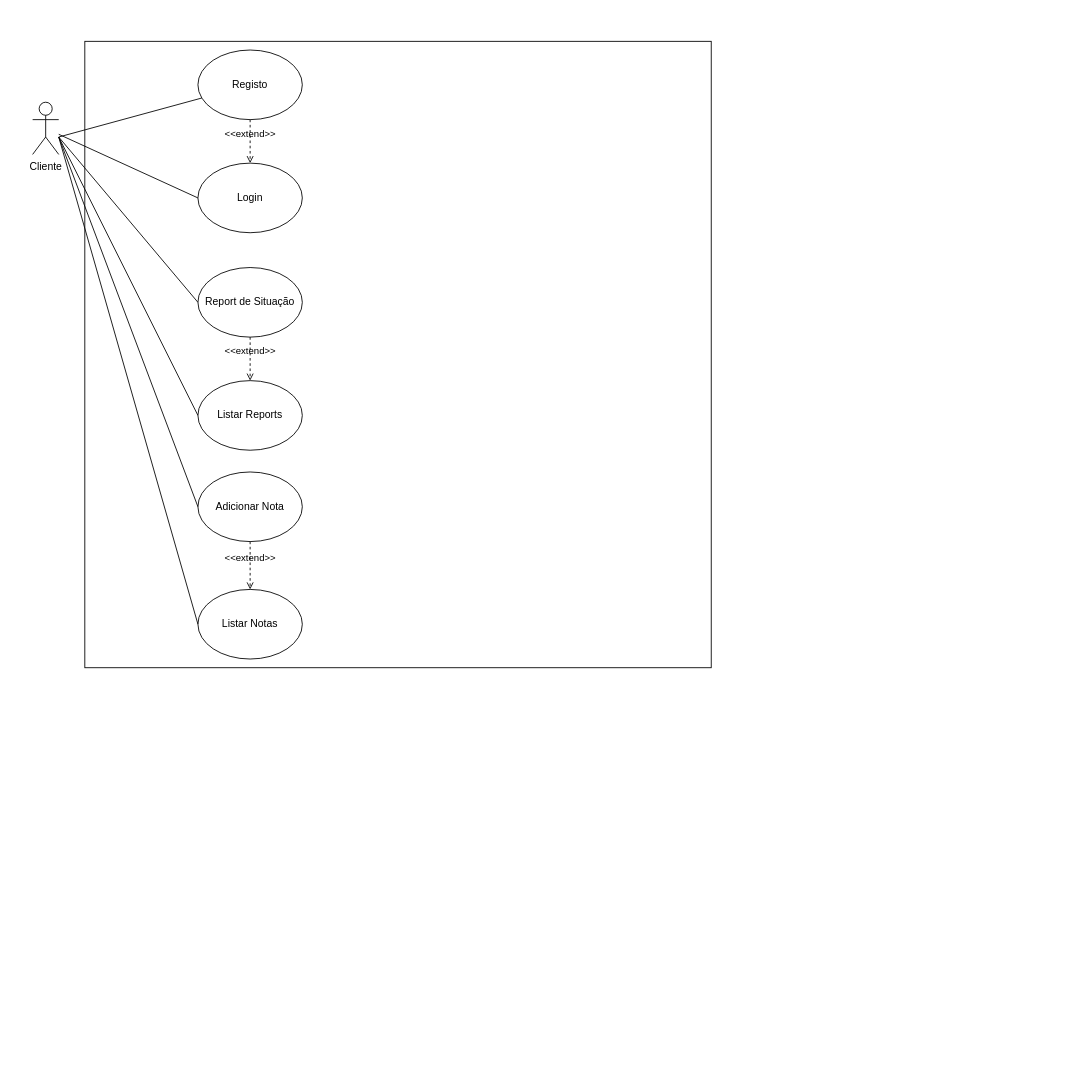
The draw.io diagram MT1 - 1_trabalho_objetivos/Use_cases _MT1.drawio in BA20/CM-21, before the edit. Source tidied: cells renumbered, new cells numbered last; positions are measured from the earlier drawing's top-left corner, leaving out a move shared by most shapes. Both pictures are drawn from the tidied source at 87%, with x=0, y=0 at pixel (32, 41).
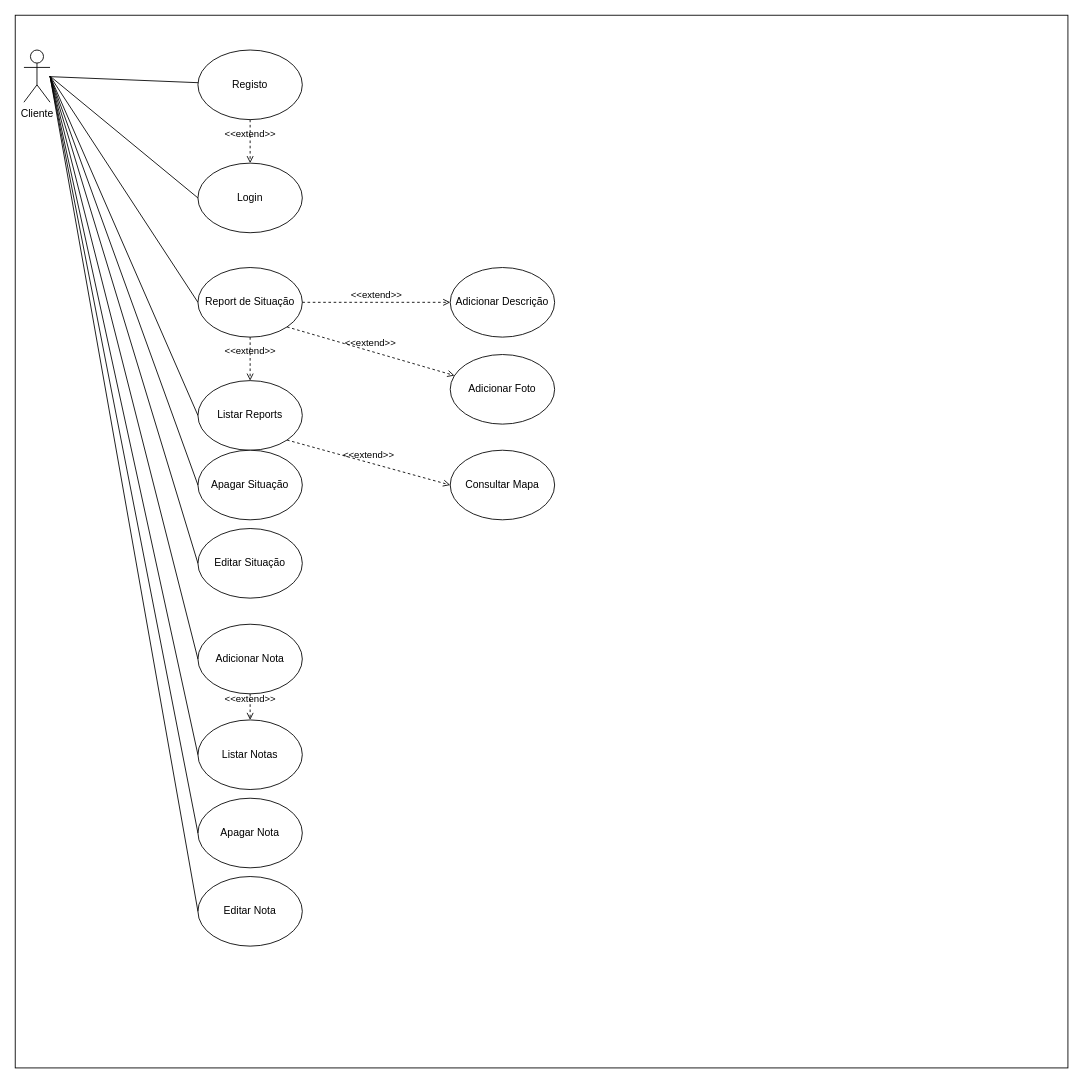
Above is the later version.

The change refers to these unchanged cells:
```xml
<mxCell id="4" value="Registo" style="ellipse;whiteSpace=wrap;html=1;" parent="1" vertex="1">
  <mxGeometry x="190" y="10" width="120" height="80" as="geometry" />
</mxCell>
<mxCell id="5" value="Login" style="ellipse;whiteSpace=wrap;html=1;" parent="1" vertex="1">
  <mxGeometry x="190" y="140" width="120" height="80" as="geometry" />
</mxCell>
<mxCell id="6" value="Report de Situação" style="ellipse;whiteSpace=wrap;html=1;" parent="1" vertex="1">
  <mxGeometry x="190" y="260" width="120" height="80" as="geometry" />
</mxCell>
<mxCell id="7" value="Listar Reports" style="ellipse;whiteSpace=wrap;html=1;" parent="1" vertex="1">
  <mxGeometry x="190" y="390" width="120" height="80" as="geometry" />
</mxCell>
```

The edit, as a diff of the source:
```diff
@@
-    <mxCell id="2" value="Cliente&lt;br&gt;" style="shape=umlActor;verticalLabelPosition=bottom;verticalAlign=top;html=1;outlineConnect=0;" parent="1" vertex="1">
-      <mxGeometry y="70" width="30" height="60" as="geometry" />
-    </mxCell>
+    <mxCell id="19" style="rounded=0;whiteSpace=wrap;html=1;" parent="1" vertex="1">
+      <mxGeometry x="20" y="-20" width="680" height="1170" as="geometry" />
+    </mxCell>
+    <mxCell id="20" style="rounded=0;whiteSpace=wrap;html=1;" parent="1" vertex="1">
+      <mxGeometry x="30" y="-20" width="120" height="60" as="geometry" />
+    </mxCell>
     <mxCell id="3" style="whiteSpace=wrap;html=1;" parent="1" vertex="1">
-      <mxGeometry x="60" width="720" height="720" as="geometry" />
+      <mxGeometry x="-20" y="-30" width="1210" height="1210" as="geometry" />
     </mxCell>
@@
     <mxCell id="8" value="Adicionar Nota" style="ellipse;whiteSpace=wrap;html=1;" parent="1" vertex="1">
-      <mxGeometry x="190" y="495" width="120" height="80" as="geometry" />
+      <mxGeometry x="190" y="670" width="120" height="80" as="geometry" />
     </mxCell>
     <mxCell id="9" value="Listar Notas" style="ellipse;whiteSpace=wrap;html=1;" parent="1" vertex="1">
-      <mxGeometry x="190" y="630" width="120" height="80" as="geometry" />
+      <mxGeometry x="190" y="780" width="120" height="80" as="geometry" />
     </mxCell>
-    <mxCell id="10" style="endArrow=none;html=1;" parent="1" edge="1" target="4">
-      <mxGeometry relative="1" as="geometry">
-        <mxPoint x="30" y="110" as="sourcePoint" />
-      </mxGeometry>
+    <mxCell id="10" style="endArrow=none;html=1;" parent="1" edge="1" source="2" target="4">
+      <mxGeometry relative="1" as="geometry" />
     </mxCell>
-    <mxCell id="11" style="endArrow=none;html=1;exitX=0;exitY=0.5;exitDx=0;exitDy=0;" parent="1" edge="1" source="5" target="2">
-      <mxGeometry relative="1" as="geometry" />
+    <mxCell id="11" style="endArrow=none;html=1;exitX=0;exitY=0.5;exitDx=0;exitDy=0;" parent="1" edge="1" source="5">
+      <mxGeometry relative="1" as="geometry">
+        <mxPoint x="20" y="40" as="targetPoint" />
+      </mxGeometry>
     </mxCell>
@@
     <mxCell id="13" style="endArrow=none;html=1;exitX=0;exitY=0.5;exitDx=0;exitDy=0;" parent="1" edge="1" source="6">
       <mxGeometry relative="1" as="geometry">
-        <mxPoint x="30" y="110" as="targetPoint" />
+        <mxPoint x="20" y="40" as="targetPoint" />
       </mxGeometry>
     </mxCell>
     <mxCell id="14" style="endArrow=none;html=1;entryX=0;entryY=0.5;entryDx=0;entryDy=0;" parent="1" edge="1" target="7">
       <mxGeometry relative="1" as="geometry">
-        <mxPoint x="30" y="110" as="sourcePoint" />
+        <mxPoint x="20" y="40" as="sourcePoint" />
       </mxGeometry>
     </mxCell>
     <mxCell id="15" style="endArrow=none;html=1;exitX=0;exitY=0.5;exitDx=0;exitDy=0;" parent="1" edge="1" source="8">
       <mxGeometry relative="1" as="geometry">
-        <mxPoint x="30" y="110" as="targetPoint" />
+        <mxPoint x="20" y="40" as="targetPoint" />
       </mxGeometry>
     </mxCell>
     <mxCell id="16" style="endArrow=none;html=1;exitX=0;exitY=0.5;exitDx=0;exitDy=0;" parent="1" edge="1" source="9">
       <mxGeometry relative="1" as="geometry">
-        <mxPoint x="30" y="110" as="targetPoint" />
+        <mxPoint x="20" y="40" as="targetPoint" />
       </mxGeometry>
     </mxCell>
@@
+    <mxCell id="21" value="Adicionar Descrição" style="ellipse;whiteSpace=wrap;html=1;" parent="1" vertex="1">
+      <mxGeometry x="480" y="260" width="120" height="80" as="geometry" />
+    </mxCell>
+    <mxCell id="22" value="&amp;lt;&amp;lt;extend&amp;gt;&amp;gt;" style="html=1;verticalAlign=bottom;labelBackgroundColor=none;endArrow=open;endFill=0;dashed=1;exitX=1;exitY=0.5;exitDx=0;exitDy=0;entryX=0;entryY=0.5;entryDx=0;entryDy=0;" parent="1" edge="1" source="6" target="21">
+      <mxGeometry relative="1" as="geometry" />
+    </mxCell>
+    <mxCell id="23" value="Adicionar Foto" style="ellipse;whiteSpace=wrap;html=1;" parent="1" vertex="1">
+      <mxGeometry x="480" y="360" width="120" height="80" as="geometry" />
+    </mxCell>
+    <mxCell id="24" value="&amp;lt;&amp;lt;extend&amp;gt;&amp;gt;" style="html=1;verticalAlign=bottom;labelBackgroundColor=none;endArrow=open;endFill=0;dashed=1;exitX=1;exitY=1;exitDx=0;exitDy=0;" parent="1" edge="1" source="6" target="23">
+      <mxGeometry relative="1" as="geometry" />
+    </mxCell>
+    <mxCell id="25" value="Apagar Situação" style="ellipse;whiteSpace=wrap;html=1;" parent="1" vertex="1">
+      <mxGeometry x="190" y="470" width="120" height="80" as="geometry" />
+    </mxCell>
+    <mxCell id="26" style="endArrow=none;html=1;exitX=0;exitY=0.5;exitDx=0;exitDy=0;" parent="1" edge="1" source="25">
+      <mxGeometry relative="1" as="geometry">
+        <mxPoint x="20" y="40" as="targetPoint" />
+      </mxGeometry>
+    </mxCell>
+    <mxCell id="27" value="Apagar Nota" style="ellipse;whiteSpace=wrap;html=1;" parent="1" vertex="1">
+      <mxGeometry x="190" y="870" width="120" height="80" as="geometry" />
+    </mxCell>
+    <mxCell id="28" value="&amp;lt;&amp;lt;extend&amp;gt;&amp;gt;" style="html=1;verticalAlign=bottom;labelBackgroundColor=none;endArrow=open;endFill=0;dashed=1;exitX=1;exitY=1;exitDx=0;exitDy=0;entryX=0;entryY=0.5;entryDx=0;entryDy=0;" parent="1" edge="1" source="7" target="29">
+      <mxGeometry relative="1" as="geometry" />
+    </mxCell>
+    <mxCell id="29" value="Consultar Mapa" style="ellipse;whiteSpace=wrap;html=1;" parent="1" vertex="1">
+      <mxGeometry x="480" y="470" width="120" height="80" as="geometry" />
+    </mxCell>
+    <mxCell id="30" style="endArrow=none;html=1;exitX=0;exitY=0.5;exitDx=0;exitDy=0;" parent="1" edge="1" source="27">
+      <mxGeometry relative="1" as="geometry">
+        <mxPoint x="20" y="40" as="targetPoint" />
+        <Array as="points">
+          <mxPoint x="20" y="40" />
+        </Array>
+      </mxGeometry>
+    </mxCell>
+    <mxCell id="31" value="Editar Situação" style="ellipse;whiteSpace=wrap;html=1;" parent="1" vertex="1">
+      <mxGeometry x="190" y="560" width="120" height="80" as="geometry" />
+    </mxCell>
+    <mxCell id="32" style="endArrow=none;html=1;exitX=0;exitY=0.5;exitDx=0;exitDy=0;" parent="1" edge="1" source="31">
+      <mxGeometry relative="1" as="geometry">
+        <mxPoint x="20" y="40" as="targetPoint" />
+      </mxGeometry>
+    </mxCell>
+    <mxCell id="33" value="Editar Nota" style="ellipse;whiteSpace=wrap;html=1;" parent="1" vertex="1">
+      <mxGeometry x="190" y="960" width="120" height="80" as="geometry" />
+    </mxCell>
+    <mxCell id="34" style="endArrow=none;html=1;exitX=0;exitY=0.5;exitDx=0;exitDy=0;" parent="1" edge="1" source="33">
+      <mxGeometry relative="1" as="geometry">
+        <mxPoint x="20" y="40" as="targetPoint" />
+      </mxGeometry>
+    </mxCell>
+    <mxCell id="2" value="Cliente&lt;br&gt;" style="shape=umlActor;verticalLabelPosition=bottom;verticalAlign=top;html=1;outlineConnect=0;" parent="1" vertex="1">
+      <mxGeometry x="-10" y="10" width="30" height="60" as="geometry" />
+    </mxCell>
```
